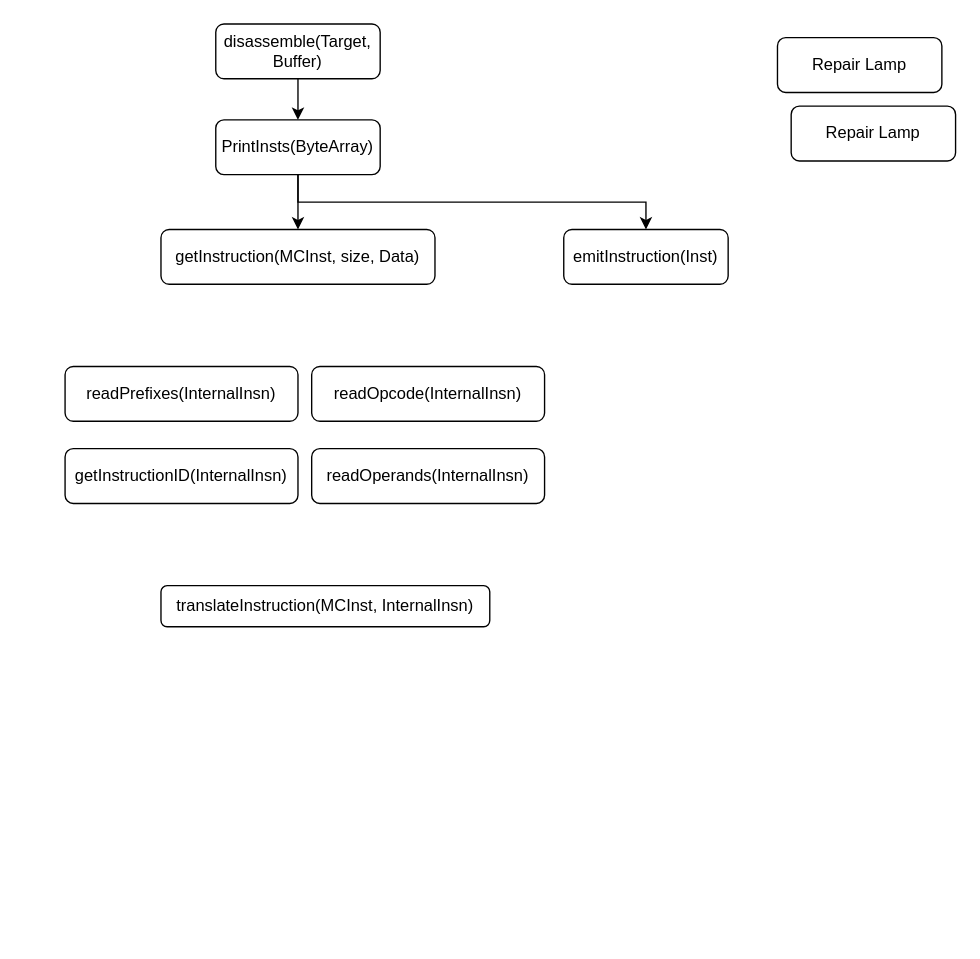
The draw.io diagram llvm-mc 反汇编流程.drawio in liyp1120/draw.io, before the edit. Source tidied: cells renumbered, new cells numbered last; positions are measured from the earlier drawing's top-left corner, leaving out a move shared by most shapes. Both pictures are drawn from the tidied source at 137%, with x=0, y=0 at pixel (64, 23).
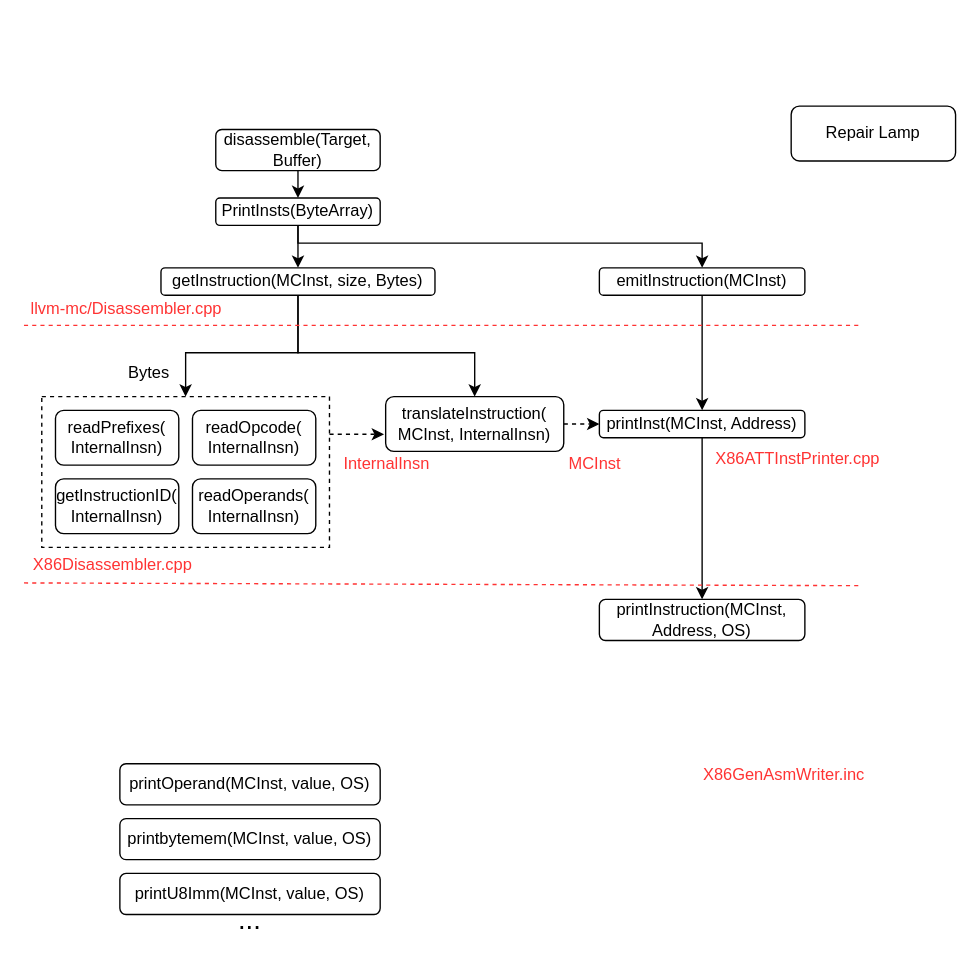
After the change.

Commit message:
更新llvm-mc 反汇编流程.drawio

The edit, as a diff of the source:
```diff
@@
     <mxCell id="3" value="disassemble(Target, Buffer)" style="rounded=1;whiteSpace=wrap;html=1;fontSize=12;glass=0;strokeWidth=1;shadow=0;" parent="1" vertex="1">
-      <mxGeometry x="110" width="120" height="40" as="geometry" />
+      <mxGeometry x="110" y="77" width="120" height="30" as="geometry" />
     </mxCell>
@@
-    <mxCell id="5" style="edgeStyle=orthogonalEdgeStyle;rounded=0;jettySize=auto;html=1;exitX=0.5;exitY=1;exitDx=0;exitDy=0;entryX=0.5;entryY=0;entryDx=0;entryDy=0;" parent="1" edge="1" source="6" target="12">
-      <mxGeometry relative="1" as="geometry" />
+    <mxCell id="5" style="edgeStyle=orthogonalEdgeStyle;rounded=0;jettySize=auto;html=1;exitX=0.5;exitY=1;exitDx=0;exitDy=0;" parent="1" edge="1" source="6" target="12">
+      <mxGeometry relative="1" as="geometry">
+        <Array as="points">
+          <mxPoint x="170" y="160" />
+          <mxPoint x="465" y="160" />
+        </Array>
+      </mxGeometry>
     </mxCell>
     <mxCell id="6" value="PrintInsts(ByteArray)" style="rounded=1;whiteSpace=wrap;html=1;fontSize=12;glass=0;strokeWidth=1;shadow=0;" parent="1" vertex="1">
-      <mxGeometry x="110" y="70" width="120" height="40" as="geometry" />
+      <mxGeometry x="110" y="127" width="120" height="20" as="geometry" />
     </mxCell>
-    <mxCell id="7" value="readPrefixes(InternalInsn)" style="rounded=1;whiteSpace=wrap;html=1;fontSize=12;glass=0;strokeWidth=1;shadow=0;" parent="1" vertex="1">
-      <mxGeometry y="250" width="170" height="40" as="geometry" />
-    </mxCell>
+    <mxCell id="16" style="edgeStyle=orthogonalEdgeStyle;rounded=0;jettySize=auto;html=1;exitX=0.5;exitY=1;exitDx=0;exitDy=0;" parent="1" edge="1" source="8" target="24">
+      <mxGeometry relative="1" as="geometry">
+        <Array as="points">
+          <mxPoint x="170" y="240" />
+          <mxPoint x="88" y="240" />
+        </Array>
+      </mxGeometry>
+    </mxCell>
+    <mxCell id="17" style="edgeStyle=orthogonalEdgeStyle;rounded=0;jettySize=auto;html=1;exitX=0.5;exitY=1;exitDx=0;exitDy=0;entryX=0.5;entryY=0;entryDx=0;entryDy=0;" parent="1" edge="1" source="8" target="9">
+      <mxGeometry relative="1" as="geometry">
+        <Array as="points">
+          <mxPoint x="170" y="240" />
+          <mxPoint x="299" y="240" />
+        </Array>
+      </mxGeometry>
+    </mxCell>
-    <mxCell id="8" value="getInstruction(MCInst, size, Data)" style="rounded=1;whiteSpace=wrap;html=1;fontSize=12;glass=0;strokeWidth=1;shadow=0;" parent="1" vertex="1">
-      <mxGeometry x="70" y="150" width="200" height="40" as="geometry" />
+    <mxCell id="8" value="getInstruction(MCInst, size, Bytes)" style="rounded=1;whiteSpace=wrap;html=1;fontSize=12;glass=0;strokeWidth=1;shadow=0;" parent="1" vertex="1">
+      <mxGeometry x="70" y="178" width="200" height="20" as="geometry" />
     </mxCell>
+    <mxCell id="18" style="edgeStyle=orthogonalEdgeStyle;rounded=0;jettySize=auto;html=1;exitX=1;exitY=0.5;exitDx=0;exitDy=0;entryX=0;entryY=0.5;entryDx=0;entryDy=0;dashed=1;" parent="1" edge="1" source="9" target="10">
+      <mxGeometry relative="1" as="geometry" />
+    </mxCell>
-    <mxCell id="9" value="translateInstruction(MCInst, InternalInsn)" style="rounded=1;whiteSpace=wrap;html=1;fontSize=12;glass=0;strokeWidth=1;shadow=0;" parent="1" vertex="1">
-      <mxGeometry x="70" y="410" width="240" height="30" as="geometry" />
+    <mxCell id="9" value="translateInstruction(&lt;br&gt;MCInst, InternalInsn)" style="rounded=1;whiteSpace=wrap;html=1;fontSize=12;glass=0;strokeWidth=1;shadow=0;" parent="1" vertex="1">
+      <mxGeometry x="234" y="272" width="130" height="40" as="geometry" />
     </mxCell>
+    <mxCell id="19" style="edgeStyle=orthogonalEdgeStyle;rounded=0;jettySize=auto;html=1;exitX=0.5;exitY=1;exitDx=0;exitDy=0;entryX=0.5;entryY=0;entryDx=0;entryDy=0;" parent="1" edge="1" source="10" target="31">
+      <mxGeometry relative="1" as="geometry" />
+    </mxCell>
-    <mxCell id="10" value="Repair Lamp" style="rounded=1;whiteSpace=wrap;html=1;fontSize=12;glass=0;strokeWidth=1;shadow=0;" parent="1" vertex="1">
-      <mxGeometry x="520" y="10" width="120" height="40" as="geometry" />
+    <mxCell id="10" value="printInst(MCInst, Address)" style="rounded=1;whiteSpace=wrap;html=1;fontSize=12;glass=0;strokeWidth=1;shadow=0;" parent="1" vertex="1">
+      <mxGeometry x="390" y="282" width="150" height="20" as="geometry" />
     </mxCell>
@@
+    <mxCell id="20" style="edgeStyle=orthogonalEdgeStyle;rounded=0;jettySize=auto;html=1;exitX=0.5;exitY=1;exitDx=0;exitDy=0;entryX=0.5;entryY=0;entryDx=0;entryDy=0;" parent="1" edge="1" source="12" target="10">
+      <mxGeometry relative="1" as="geometry" />
+    </mxCell>
-    <mxCell id="12" value="emitInstruction(Inst)" style="rounded=1;whiteSpace=wrap;html=1;fontSize=12;glass=0;strokeWidth=1;shadow=0;" parent="1" vertex="1">
-      <mxGeometry x="364" y="150" width="120" height="40" as="geometry" />
+    <mxCell id="12" value="emitInstruction(MCInst)" style="rounded=1;whiteSpace=wrap;html=1;fontSize=12;glass=0;strokeWidth=1;shadow=0;" parent="1" vertex="1">
+      <mxGeometry x="390" y="178" width="150" height="20" as="geometry" />
     </mxCell>
+    <mxCell id="21" style="endArrow=none;dashed=1;html=1;rounded=0;strokeColor=#FF3333;" parent="1" edge="1">
+      <mxGeometry relative="1" as="geometry">
+        <mxPoint x="-30" y="220" as="sourcePoint" />
+        <mxPoint x="580" y="220" as="targetPoint" />
+      </mxGeometry>
+    </mxCell>
+    <mxCell id="22" value="&lt;font color=&quot;#ff3333&quot;&gt;llvm-mc/Disassembler.cpp&lt;/font&gt;" style="text;html=1;strokeColor=none;fillColor=none;align=center;verticalAlign=middle;whiteSpace=wrap;rounded=0;" parent="1" vertex="1">
+      <mxGeometry x="-30" y="200" width="150" height="15" as="geometry" />
+    </mxCell>
+    <mxCell id="23" style="group;" parent="1" vertex="1">
+      <mxGeometry x="-17" y="272" width="210" height="110" as="geometry" />
+    </mxCell>
+    <mxCell id="24" style="rounded=0;whiteSpace=wrap;html=1;fillColor=none;dashed=1;" parent="23" vertex="1">
+      <mxGeometry width="210" height="110" as="geometry" />
+    </mxCell>
+    <mxCell id="7" value="readPrefixes(&lt;br&gt;InternalInsn)" style="rounded=1;whiteSpace=wrap;html=1;fontSize=12;glass=0;strokeWidth=1;shadow=0;" parent="23" vertex="1">
+      <mxGeometry x="10" y="10" width="90" height="40" as="geometry" />
+    </mxCell>
-    <mxCell id="13" value="readOpcode(InternalInsn)" style="rounded=1;whiteSpace=wrap;html=1;fontSize=12;glass=0;strokeWidth=1;shadow=0;" parent="1" vertex="1">
-      <mxGeometry x="180" y="250" width="170" height="40" as="geometry" />
+    <mxCell id="13" value="readOpcode(&lt;br&gt;InternalInsn)" style="rounded=1;whiteSpace=wrap;html=1;fontSize=12;glass=0;strokeWidth=1;shadow=0;" parent="23" vertex="1">
+      <mxGeometry x="110" y="10" width="90" height="40" as="geometry" />
     </mxCell>
-    <mxCell id="14" value="getInstructionID(InternalInsn)" style="rounded=1;whiteSpace=wrap;html=1;fontSize=12;glass=0;strokeWidth=1;shadow=0;" parent="1" vertex="1">
-      <mxGeometry y="310" width="170" height="40" as="geometry" />
+    <mxCell id="14" value="getInstructionID(&lt;br&gt;InternalInsn)" style="rounded=1;whiteSpace=wrap;html=1;fontSize=12;glass=0;strokeWidth=1;shadow=0;" parent="23" vertex="1">
+      <mxGeometry x="10" y="60" width="90" height="40" as="geometry" />
     </mxCell>
-    <mxCell id="15" value="readOperands(InternalInsn)" style="rounded=1;whiteSpace=wrap;html=1;fontSize=12;glass=0;strokeWidth=1;shadow=0;" parent="1" vertex="1">
-      <mxGeometry x="180" y="310" width="170" height="40" as="geometry" />
+    <mxCell id="15" value="readOperands(&lt;br&gt;InternalInsn)" style="rounded=1;whiteSpace=wrap;html=1;fontSize=12;glass=0;strokeWidth=1;shadow=0;" parent="23" vertex="1">
+      <mxGeometry x="110" y="60" width="90" height="40" as="geometry" />
     </mxCell>
+    <mxCell id="25" value="Bytes" style="text;html=1;strokeColor=none;fillColor=none;align=center;verticalAlign=middle;whiteSpace=wrap;rounded=0;" parent="1" vertex="1">
+      <mxGeometry x="40" y="240" width="43" height="30" as="geometry" />
+    </mxCell>
+    <mxCell id="26" value="&lt;font color=&quot;#ff3333&quot;&gt;X86Disassembler.cpp&lt;/font&gt;" style="text;html=1;strokeColor=none;fillColor=none;align=center;verticalAlign=middle;whiteSpace=wrap;rounded=0;" parent="1" vertex="1">
+      <mxGeometry x="-30" y="390" width="130" height="10" as="geometry" />
+    </mxCell>
+    <mxCell id="27" style="edgeStyle=orthogonalEdgeStyle;rounded=0;jettySize=auto;html=1;exitX=1;exitY=0.25;exitDx=0;exitDy=0;dashed=1;entryX=-0.009;entryY=0.693;entryDx=0;entryDy=0;entryPerimeter=0;" parent="1" edge="1" source="24" target="9">
+      <mxGeometry relative="1" as="geometry" />
+    </mxCell>
+    <mxCell id="28" style="endArrow=none;dashed=1;html=1;rounded=0;strokeColor=#FF3333;" parent="1" edge="1">
+      <mxGeometry relative="1" as="geometry">
+        <mxPoint x="-30" y="408" as="sourcePoint" />
+        <mxPoint x="580" y="410" as="targetPoint" />
+      </mxGeometry>
+    </mxCell>
+    <mxCell id="29" value="&lt;font color=&quot;#ff3333&quot;&gt;InternalInsn&lt;/font&gt;" style="text;html=1;strokeColor=none;fillColor=none;align=center;verticalAlign=middle;whiteSpace=wrap;rounded=0;" parent="1" vertex="1">
+      <mxGeometry x="200" y="310" width="70" height="22" as="geometry" />
+    </mxCell>
+    <mxCell id="30" value="&lt;font color=&quot;#ff3333&quot;&gt;X86ATTInstPrinter.cpp&lt;/font&gt;" style="text;html=1;strokeColor=none;fillColor=none;align=center;verticalAlign=middle;whiteSpace=wrap;rounded=0;" parent="1" vertex="1">
+      <mxGeometry x="470" y="310" width="130" height="15" as="geometry" />
+    </mxCell>
+    <mxCell id="31" value="printInstruction(MCInst, Address, OS)" style="rounded=1;whiteSpace=wrap;html=1;fontSize=12;glass=0;strokeWidth=1;shadow=0;" parent="1" vertex="1">
+      <mxGeometry x="390" y="420" width="150" height="30" as="geometry" />
+    </mxCell>
+    <mxCell id="32" value="&lt;font color=&quot;#ff3333&quot;&gt;MCInst&lt;/font&gt;" style="text;html=1;strokeColor=none;fillColor=none;align=center;verticalAlign=middle;whiteSpace=wrap;rounded=0;" parent="1" vertex="1">
+      <mxGeometry x="364" y="310" width="46" height="22" as="geometry" />
+    </mxCell>
+    <mxCell id="33" value="&lt;font color=&quot;#ff3333&quot;&gt;X86GenAsmWriter.inc&lt;/font&gt;" style="text;html=1;strokeColor=none;fillColor=none;align=center;verticalAlign=middle;whiteSpace=wrap;rounded=0;" parent="1" vertex="1">
+      <mxGeometry x="460" y="540" width="130" height="15" as="geometry" />
+    </mxCell>
+    <mxCell id="34" value="printOperand(MCInst, value, OS)" style="rounded=1;whiteSpace=wrap;html=1;fontSize=12;glass=0;strokeWidth=1;shadow=0;" parent="1" vertex="1">
+      <mxGeometry x="40" y="540" width="190" height="30" as="geometry" />
+    </mxCell>
+    <mxCell id="35" value="printbytemem(MCInst, value, OS)" style="rounded=1;whiteSpace=wrap;html=1;fontSize=12;glass=0;strokeWidth=1;shadow=0;" parent="1" vertex="1">
+      <mxGeometry x="40" y="580" width="190" height="30" as="geometry" />
+    </mxCell>
+    <mxCell id="36" value="printU8Imm(MCInst, value, OS)" style="rounded=1;whiteSpace=wrap;html=1;fontSize=12;glass=0;strokeWidth=1;shadow=0;" parent="1" vertex="1">
+      <mxGeometry x="40" y="620" width="190" height="30" as="geometry" />
+    </mxCell>
+    <mxCell id="37" value="&lt;font style=&quot;font-size: 20px;&quot;&gt;...&lt;/font&gt;" style="text;html=1;strokeColor=none;fillColor=none;align=center;verticalAlign=middle;whiteSpace=wrap;rounded=0;" parent="1" vertex="1">
+      <mxGeometry x="120" y="643" width="30" height="20" as="geometry" />
+    </mxCell>
```
